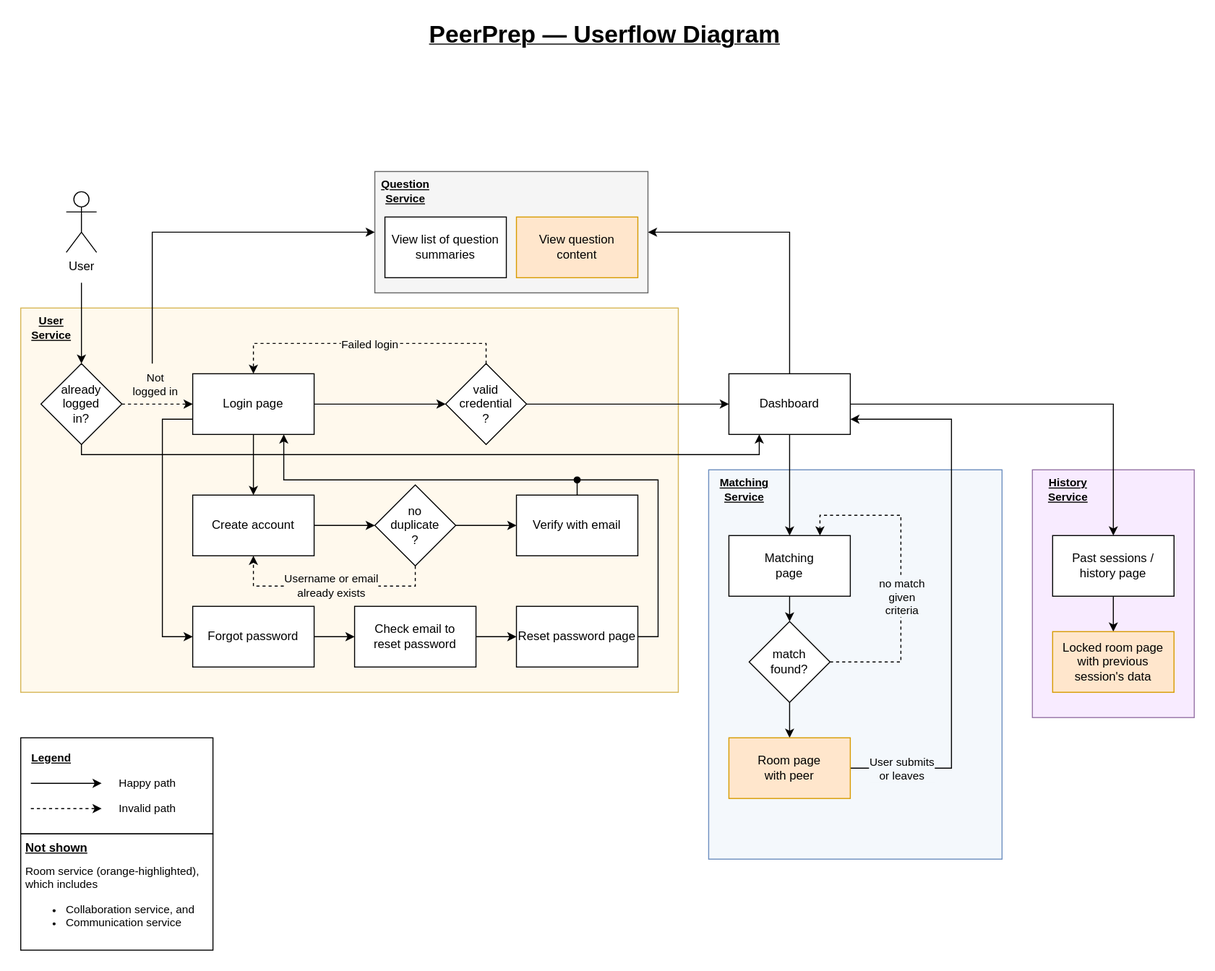
This is docs/cs3219-userflow.svg from CS3219-AY2223S1/cs3219-project-ay2223s1-g42, a draw.io export, as it was before one commit. Source tidied: cells renumbered, new cells last; positions are measured from the earlier drawing's top-left corner, leaving out a move shared by most shapes.
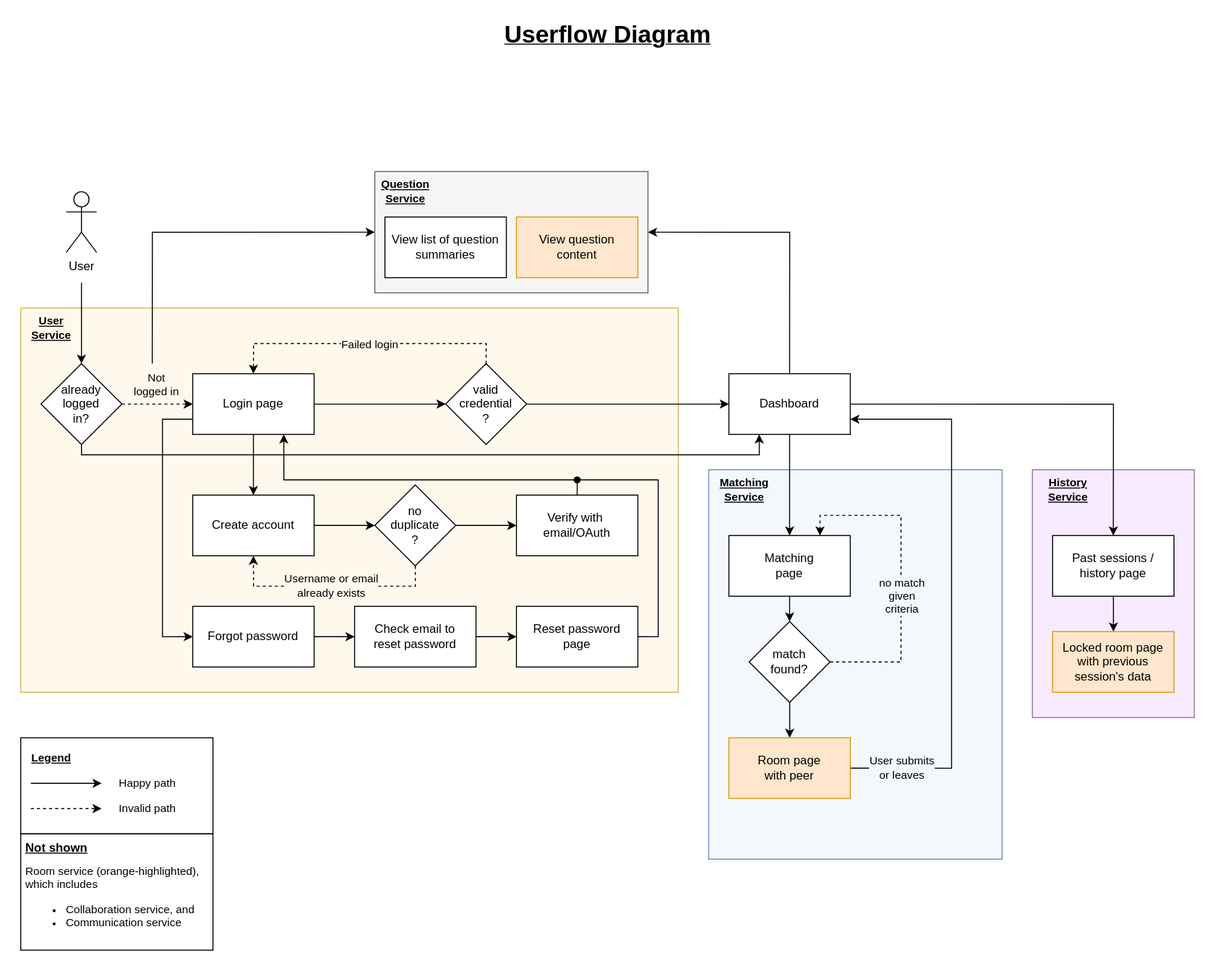
The same diagram one commit later.

Commit message:
docs: add user authentication diagram

The edit, as a diff of the source:
```diff
@@ -108,7 +108,7 @@
         </Array>
       </mxGeometry>
     </mxCell>
-    <mxCell id="31" value="Verify with email" style="whiteSpace=wrap;html=1;rounded=0;" parent="1" vertex="1">
+    <mxCell id="31" value="Verify with&amp;nbsp;&lt;br&gt;email/OAuth" style="whiteSpace=wrap;html=1;rounded=0;" parent="1" vertex="1">
       <mxGeometry x="490" y="465" width="120" height="60" as="geometry" />
     </mxCell>
     <mxCell id="32" style="edgeStyle=orthogonalEdgeStyle;shape=connector;rounded=0;jettySize=auto;html=1;labelBackgroundColor=default;strokeColor=default;fontFamily=Helvetica;fontSize=11;fontColor=default;endArrow=classic;endFill=1;" parent="1" edge="1" source="33" target="39">
@@ -144,7 +144,7 @@
         </Array>
       </mxGeometry>
     </mxCell>
-    <mxCell id="39" value="Reset password page" style="rounded=0;whiteSpace=wrap;html=1;" parent="1" vertex="1">
+    <mxCell id="39" value="Reset password &lt;br&gt;page" style="rounded=0;whiteSpace=wrap;html=1;" parent="1" vertex="1">
       <mxGeometry x="490" y="575" width="120" height="60" as="geometry" />
     </mxCell>
     <mxCell id="40" value="User &lt;br&gt;Service" style="text;html=1;align=center;verticalAlign=middle;strokeColor=none;fillColor=none;fontSize=11;fontFamily=Helvetica;fontColor=default;fontStyle=5;" parent="1" vertex="1">
@@ -210,8 +210,8 @@
     <mxCell id="55" value="Legend" style="text;html=1;align=center;verticalAlign=middle;strokeColor=none;fillColor=none;fontSize=11;fontFamily=Helvetica;fontColor=default;fontStyle=5;" parent="1" vertex="1">
       <mxGeometry y="710" width="60" height="30" as="geometry" />
     </mxCell>
-    <mxCell id="56" value="&lt;font style=&quot;font-size: 24px&quot;&gt;PeerPrep — Userflow Diagram&lt;/font&gt;" style="text;html=1;align=center;verticalAlign=middle;strokeColor=none;fillColor=none;fontStyle=5;" parent="1" vertex="1">
-      <mxGeometry x="397" width="360" height="20" as="geometry" />
+    <mxCell id="56" value="&lt;font style=&quot;font-size: 24px&quot;&gt;Userflow Diagram&lt;/font&gt;" style="text;html=1;align=center;verticalAlign=middle;strokeColor=none;fillColor=none;fontStyle=5;" parent="1" vertex="1">
+      <mxGeometry x="470" width="220" height="20" as="geometry" />
     </mxCell>
     <mxCell id="57" value="&lt;b&gt;&lt;u&gt;Not shown&lt;/u&gt;&lt;/b&gt;" style="rounded=0;whiteSpace=wrap;html=1;labelBackgroundColor=default;comic=0;align=left;labelPadding=0;horizontal=1;labelPosition=center;verticalLabelPosition=middle;verticalAlign=top;spacingRight=0;spacingLeft=3;labelBorderColor=none;fontColor=default;" parent="1" vertex="1">
       <mxGeometry y="800" width="190" height="115" as="geometry" />
```
